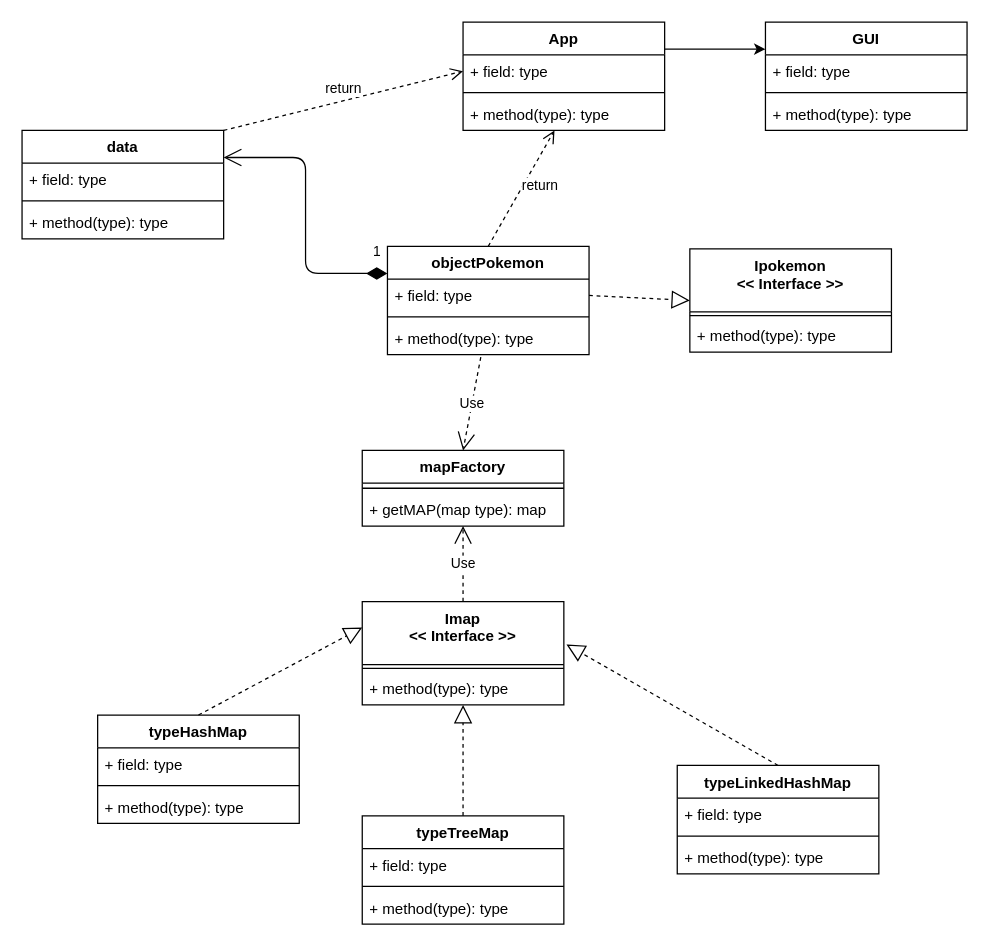
Before: hojaTrabajo6/Analysis/ULM.drawio in adrianArimany/CC2016_Hojas_trabajos, a draw.io diagram. Source tidied: cells renumbered, new cells numbered last; positions are measured from the earlier drawing's top-left corner, leaving out a move shared by most shapes. Both pictures are drawn from the tidied source at 126%, with x=0, y=0 at pixel (21, 21).
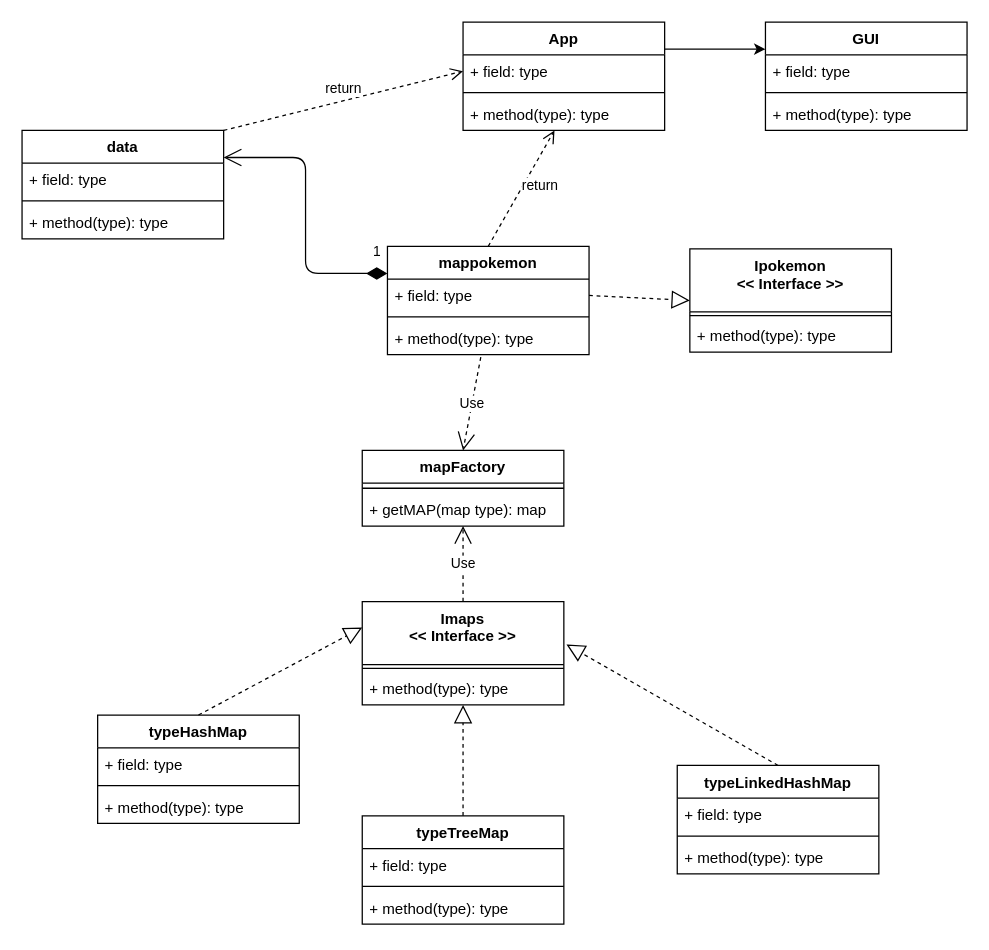
After the change.

Change to the diagram source:
```diff
@@
-    <mxCell id="22" value="Imap&#10;&lt;&lt; Interface &gt;&gt;" style="swimlane;fontStyle=1;align=center;verticalAlign=top;horizontal=1;startSize=50;" parent="1" vertex="1">
+    <mxCell id="22" value="Imaps&#10;&lt;&lt; Interface &gt;&gt;" style="swimlane;fontStyle=1;align=center;verticalAlign=top;horizontal=1;startSize=50;" parent="1" vertex="1">
       <mxGeometry x="270" y="460" width="160" height="82" as="geometry" />
     </mxCell>
@@
-    <mxCell id="29" value="objectPokemon" style="swimlane;fontStyle=1;align=center;verticalAlign=top;horizontal=1;startSize=26;" parent="1" vertex="1">
+    <mxCell id="29" value="mappokemon" style="swimlane;fontStyle=1;align=center;verticalAlign=top;horizontal=1;startSize=26;" parent="1" vertex="1">
       <mxGeometry x="290" y="178" width="160" height="86" as="geometry" />
     </mxCell>
```
